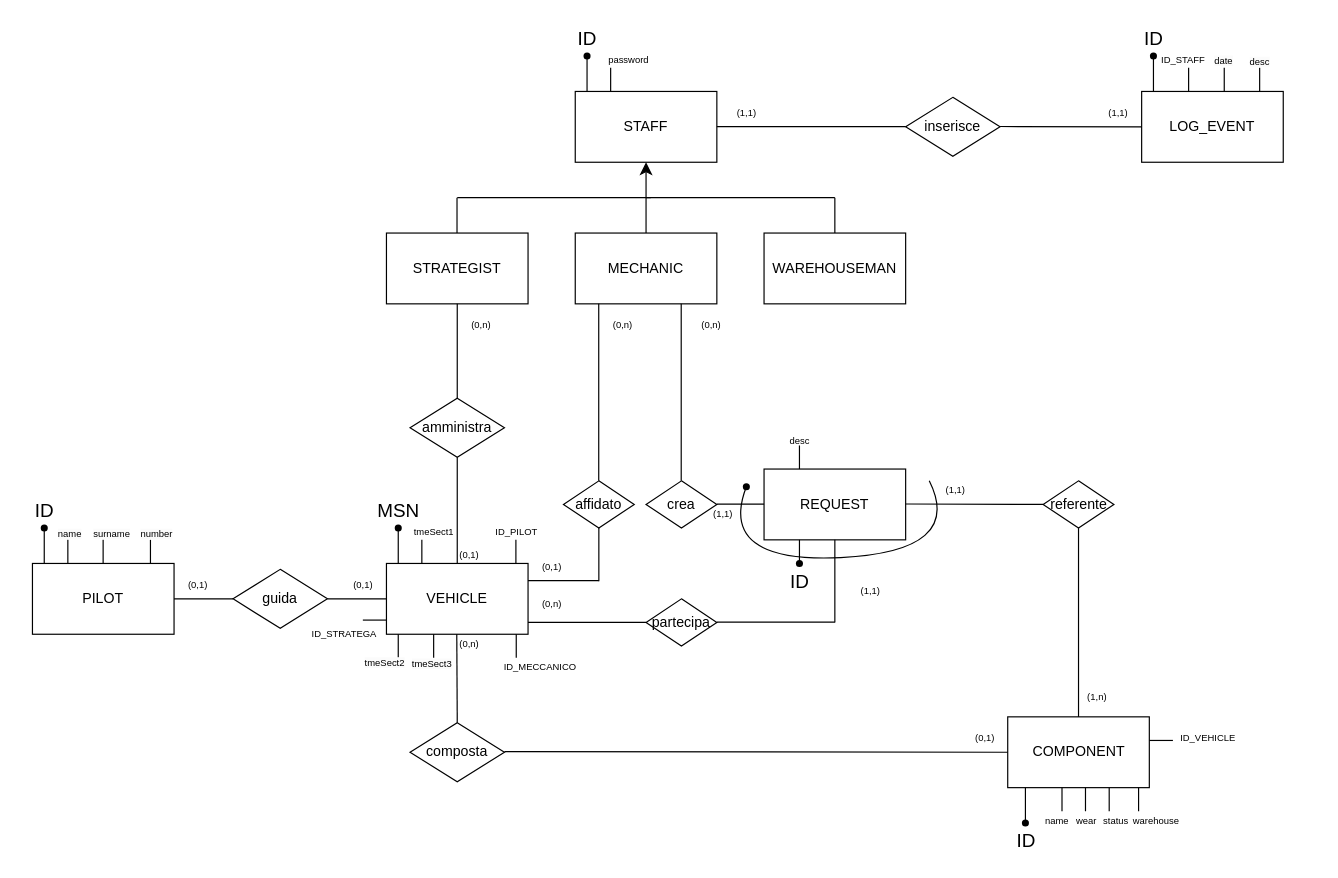
Earlier version of the draw.io diagram project_document/SECTOR3-DATABASE/Database/database.drawio (IngSW-unipv/Progetto-S24). Source tidied: cells renumbered, new cells numbered last; positions are measured from the earlier drawing's top-left corner, leaving out a move shared by most shapes. Both pictures are drawn from the tidied source at 118%, with x=0, y=0 at pixel (20, 20).
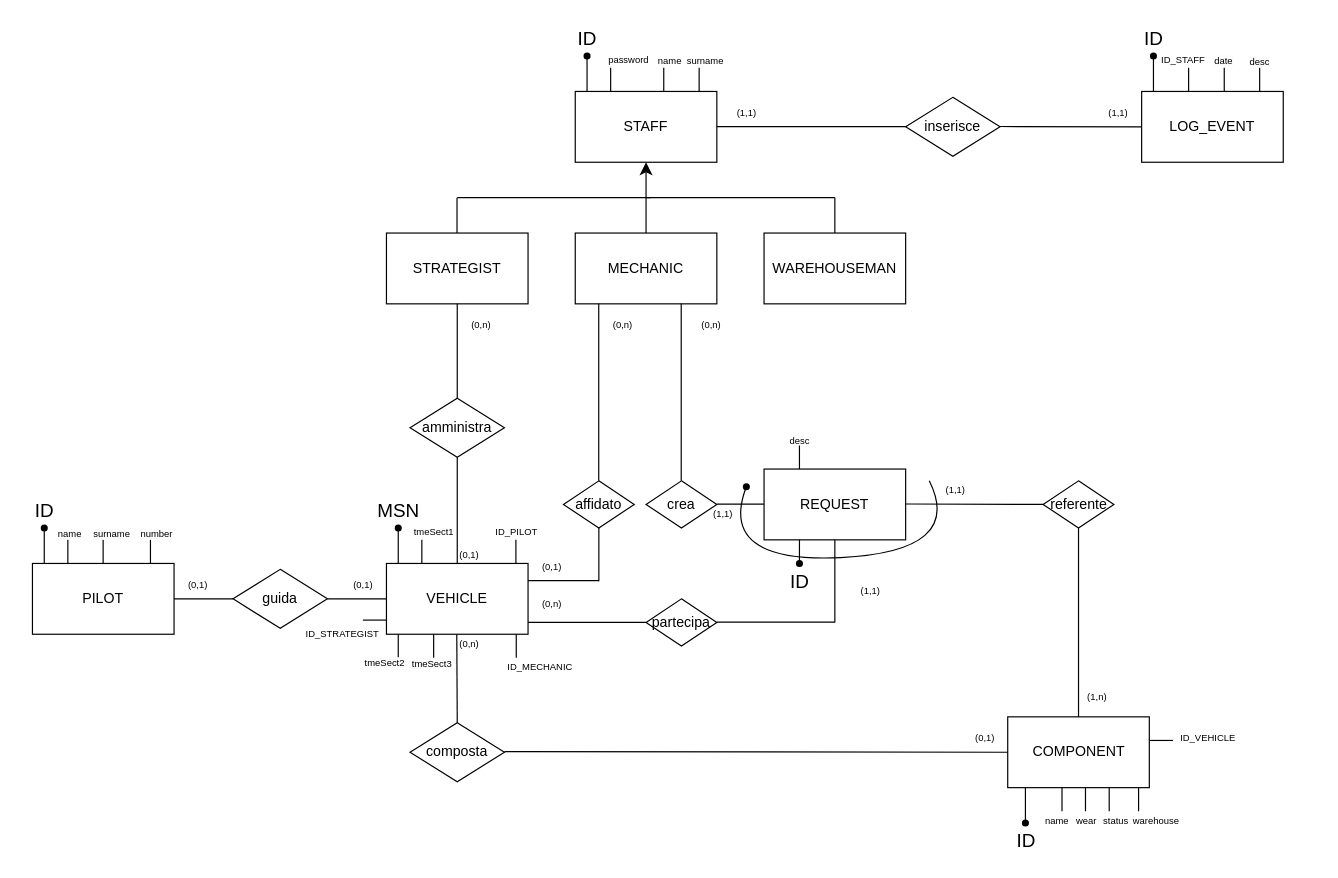
The same diagram, later.

Commit message (it also covers changes not shown here):
ristrutturazione del database

The edit, as a diff of the source:
```diff
@@
-    <mxCell id="78" value="&lt;font style=&quot;font-size: 8px;&quot;&gt;ID_MECCANICO&lt;/font&gt;" style="text;html=1;align=center;verticalAlign=middle;strokeColor=none;fillColor=none;fontSize=16;" parent="1" vertex="1">
+    <mxCell id="78" value="&lt;font style=&quot;font-size: 8px;&quot;&gt;ID_MECHANIC&lt;/font&gt;" style="text;html=1;align=center;verticalAlign=middle;strokeColor=none;fillColor=none;fontSize=16;" parent="1" vertex="1">
       <mxGeometry x="400" y="530" width="80" height="30" as="geometry" />
     </mxCell>
@@
-    <mxCell id="119" value="&lt;span style=&quot;font-size: 8px; text-align: center; text-wrap-mode: nowrap;&quot;&gt;ID_STRATEGA&lt;/span&gt;" style="text;whiteSpace=wrap;html=1;shadow=0;" parent="1" vertex="1">
-      <mxGeometry x="245" y="505" width="90" height="40" as="geometry" />
+    <mxCell id="119" value="&lt;span style=&quot;font-size: 8px; text-align: center; text-wrap-mode: nowrap;&quot;&gt;ID_STRATEGIST&lt;/span&gt;" style="text;whiteSpace=wrap;html=1;shadow=0;" parent="1" vertex="1">
+      <mxGeometry x="240" y="505" width="90" height="40" as="geometry" />
     </mxCell>
@@
+    <mxCell id="121" style="endArrow=none;html=1;rounded=0;fontSize=12;startSize=8;endSize=8;curved=1;exitX=0.25;exitY=0;exitDx=0;exitDy=0;" parent="1" edge="1">
+      <mxGeometry relative="1" as="geometry">
+        <mxPoint x="545" y="60" as="sourcePoint" />
+        <mxPoint x="545" y="40" as="targetPoint" />
+      </mxGeometry>
+    </mxCell>
+    <mxCell id="122" style="endArrow=none;html=1;rounded=0;fontSize=12;startSize=8;endSize=8;curved=1;exitX=0.25;exitY=0;exitDx=0;exitDy=0;" parent="1" edge="1">
+      <mxGeometry relative="1" as="geometry">
+        <mxPoint x="575" y="60" as="sourcePoint" />
+        <mxPoint x="575" y="40" as="targetPoint" />
+      </mxGeometry>
+    </mxCell>
+    <mxCell id="123" value="&lt;font style=&quot;font-size: 8px;&quot;&gt;name&lt;/font&gt;" style="text;html=1;align=center;verticalAlign=middle;strokeColor=none;fillColor=none;" parent="1" vertex="1">
+      <mxGeometry x="530" y="18" width="40" height="30" as="geometry" />
+    </mxCell>
+    <mxCell id="124" value="&lt;font style=&quot;font-size: 8px;&quot;&gt;surname&lt;/font&gt;" style="text;html=1;align=center;verticalAlign=middle;strokeColor=none;fillColor=none;" parent="1" vertex="1">
+      <mxGeometry x="555" y="18" width="50" height="30" as="geometry" />
+    </mxCell>
```
